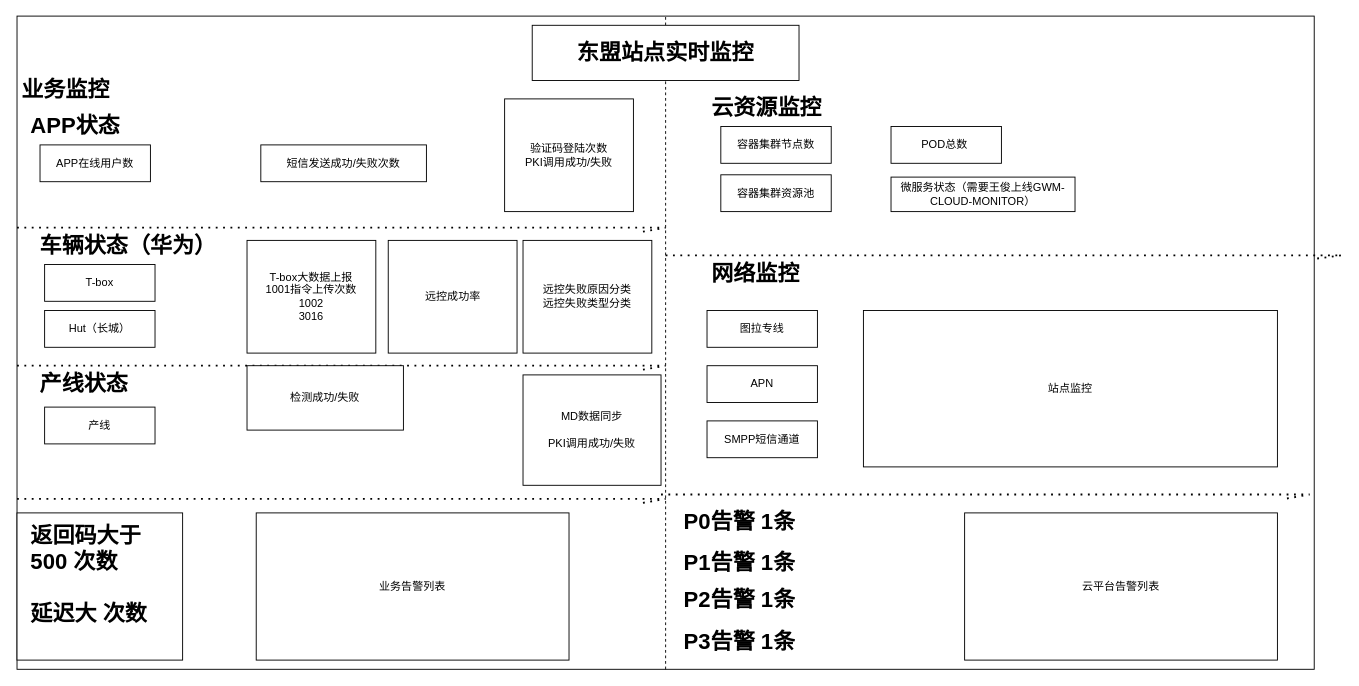
463024907/zabbix-report keeps this draw.io diagram as 东盟dlv .drawio. Above is the earlier version. Source tidied: cells renumbered, new cells numbered last; positions are measured from the earlier drawing's top-left corner, leaving out a move shared by most shapes. Both pictures are drawn from the tidied source at 92%, with x=0, y=0 at pixel (17, 16).
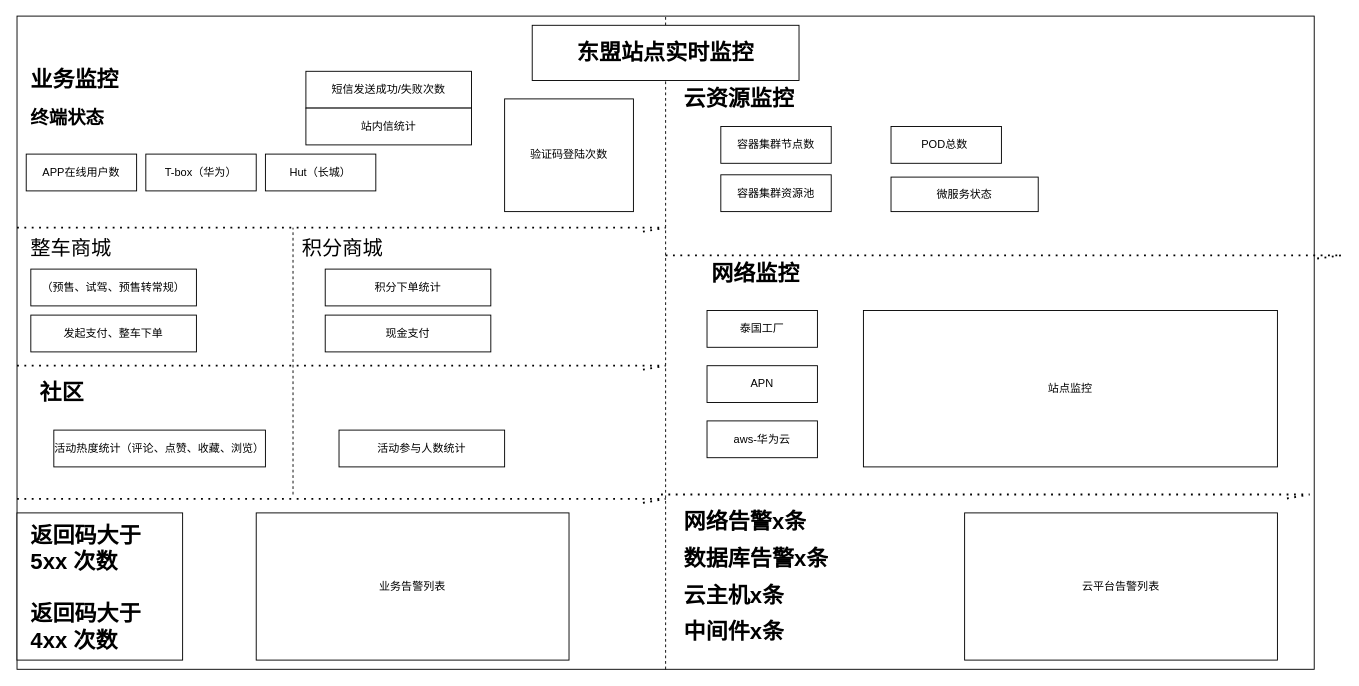
After the change.

What changed in the source:
```diff
@@
     <mxCell id="4" value="&lt;h1&gt;云资源监控&lt;/h1&gt;" style="text;html=1;strokeColor=none;fillColor=none;spacing=5;spacingTop=-20;whiteSpace=wrap;overflow=hidden;rounded=0;" parent="1" vertex="1">
-      <mxGeometry x="750" y="80" width="150" height="50" as="geometry" />
+      <mxGeometry x="720" y="70" width="150" height="50" as="geometry" />
     </mxCell>
@@
     <mxCell id="7" value="&lt;h1&gt;业务监控&lt;/h1&gt;" style="text;html=1;strokeColor=none;fillColor=none;spacing=5;spacingTop=-20;whiteSpace=wrap;overflow=hidden;rounded=0;" parent="1" vertex="1">
-      <mxGeometry y="60" width="150" height="50" as="geometry" />
+      <mxGeometry x="10" y="50" width="150" height="50" as="geometry" />
     </mxCell>
@@
     <mxCell id="9" value="Hut（长城）" style="rounded=0;whiteSpace=wrap;html=1;" parent="1" vertex="1">
-      <mxGeometry x="30" y="320" width="120" height="40" as="geometry" />
+      <mxGeometry x="270" y="150" width="120" height="40" as="geometry" />
     </mxCell>
     <mxCell id="10" value="APP在线用户数" style="rounded=0;whiteSpace=wrap;html=1;" parent="1" vertex="1">
-      <mxGeometry x="25" y="140" width="120" height="40" as="geometry" />
+      <mxGeometry x="10" y="150" width="120" height="40" as="geometry" />
     </mxCell>
-    <mxCell id="11" value="产线" style="rounded=0;whiteSpace=wrap;html=1;" parent="1" vertex="1">
-      <mxGeometry x="30" y="425" width="120" height="40" as="geometry" />
-    </mxCell>
-    <mxCell id="12" value="图拉专线" style="rounded=0;whiteSpace=wrap;html=1;" parent="1" vertex="1">
+    <mxCell id="12" value="泰国工厂" style="rounded=0;whiteSpace=wrap;html=1;" parent="1" vertex="1">
       <mxGeometry x="750" y="320" width="120" height="40" as="geometry" />
     </mxCell>
@@
-    <mxCell id="16" value="SMPP短信通道" style="rounded=0;whiteSpace=wrap;html=1;" parent="1" vertex="1">
+    <mxCell id="16" value="aws-华为云" style="rounded=0;whiteSpace=wrap;html=1;" parent="1" vertex="1">
       <mxGeometry x="750" y="440" width="120" height="40" as="geometry" />
     </mxCell>
@@
-    <mxCell id="19" value="&lt;h1&gt;返回码大于500 次数&lt;/h1&gt;" style="text;html=1;strokeColor=none;fillColor=none;spacing=5;spacingTop=-20;whiteSpace=wrap;overflow=hidden;rounded=0;" parent="1" vertex="1">
+    <mxCell id="19" value="&lt;h1&gt;返回码大于5xx 次数&lt;/h1&gt;" style="text;html=1;strokeColor=none;fillColor=none;spacing=5;spacingTop=-20;whiteSpace=wrap;overflow=hidden;rounded=0;" parent="1" vertex="1">
       <mxGeometry x="10" y="544.5" width="150" height="65.5" as="geometry" />
     </mxCell>
-    <mxCell id="20" value="&lt;h1&gt;延迟大 次数&lt;/h1&gt;" style="text;html=1;strokeColor=none;fillColor=none;spacing=5;spacingTop=-20;whiteSpace=wrap;overflow=hidden;rounded=0;" parent="1" vertex="1">
+    <mxCell id="20" value="&lt;h1&gt;返回码大于4xx 次数&lt;/h1&gt;" style="text;html=1;strokeColor=none;fillColor=none;spacing=5;spacingTop=-20;whiteSpace=wrap;overflow=hidden;rounded=0;" parent="1" vertex="1">
       <mxGeometry x="10" y="630" width="150" height="60" as="geometry" />
     </mxCell>
@@
-    <mxCell id="22" value="&lt;h1&gt;车辆状态（华为）&lt;/h1&gt;" style="text;html=1;strokeColor=none;fillColor=none;spacing=5;spacingTop=-20;whiteSpace=wrap;overflow=hidden;rounded=0;" parent="1" vertex="1">
-      <mxGeometry x="20" y="230" width="210" height="50" as="geometry" />
+    <mxCell id="22" value="&lt;h1&gt;社区&lt;/h1&gt;" style="text;html=1;strokeColor=none;fillColor=none;spacing=5;spacingTop=-20;whiteSpace=wrap;overflow=hidden;rounded=0;" parent="1" vertex="1">
+      <mxGeometry x="20" y="390" width="210" height="50" as="geometry" />
     </mxCell>
@@
-    <mxCell id="26" value="&lt;h1&gt;P0告警 1条&lt;/h1&gt;" style="text;html=1;strokeColor=none;fillColor=none;spacing=5;spacingTop=-20;whiteSpace=wrap;overflow=hidden;rounded=0;" parent="1" vertex="1">
+    <mxCell id="26" value="&lt;h1&gt;网络告警x条&lt;/h1&gt;" style="text;html=1;strokeColor=none;fillColor=none;spacing=5;spacingTop=-20;whiteSpace=wrap;overflow=hidden;rounded=0;" parent="1" vertex="1">
       <mxGeometry x="720" y="530" width="290" height="40" as="geometry" />
     </mxCell>
-    <mxCell id="27" value="&lt;h1&gt;P1告警 1条&lt;/h1&gt;" style="text;html=1;strokeColor=none;fillColor=none;spacing=5;spacingTop=-20;whiteSpace=wrap;overflow=hidden;rounded=0;" parent="1" vertex="1">
-      <mxGeometry x="720" y="575" width="290" height="40" as="geometry" />
+    <mxCell id="27" value="&lt;h1&gt;数据库告警x条&lt;/h1&gt;" style="text;html=1;strokeColor=none;fillColor=none;spacing=5;spacingTop=-20;whiteSpace=wrap;overflow=hidden;rounded=0;" parent="1" vertex="1">
+      <mxGeometry x="720" y="570" width="290" height="40" as="geometry" />
     </mxCell>
-    <mxCell id="28" value="&lt;h1&gt;P2告警 1条&lt;/h1&gt;" style="text;html=1;strokeColor=none;fillColor=none;spacing=5;spacingTop=-20;whiteSpace=wrap;overflow=hidden;rounded=0;" parent="1" vertex="1">
-      <mxGeometry x="720" y="615" width="290" height="40" as="geometry" />
+    <mxCell id="28" value="&lt;h1&gt;云主机x条&lt;/h1&gt;" style="text;html=1;strokeColor=none;fillColor=none;spacing=5;spacingTop=-20;whiteSpace=wrap;overflow=hidden;rounded=0;" parent="1" vertex="1">
+      <mxGeometry x="720" y="610" width="290" height="40" as="geometry" />
     </mxCell>
-    <mxCell id="29" value="&lt;h1&gt;P3告警 1条&lt;/h1&gt;" style="text;html=1;strokeColor=none;fillColor=none;spacing=5;spacingTop=-20;whiteSpace=wrap;overflow=hidden;rounded=0;" parent="1" vertex="1">
-      <mxGeometry x="720" y="660" width="290" height="40" as="geometry" />
-    </mxCell>
@@
-    <mxCell id="31" value="T-box大数据上报&lt;br&gt;1001指令上传次数&lt;br&gt;1002&lt;br&gt;3016" style="rounded=0;whiteSpace=wrap;html=1;" parent="1" vertex="1">
-      <mxGeometry x="250" y="243.8" width="140" height="122.5" as="geometry" />
-    </mxCell>
-    <mxCell id="32" value="验证码登陆次数&lt;br&gt;PKI调用成功/失败" style="rounded=0;whiteSpace=wrap;html=1;" parent="1" vertex="1">
+    <mxCell id="32" value="验证码登陆次数&lt;br&gt;" style="rounded=0;whiteSpace=wrap;html=1;" parent="1" vertex="1">
       <mxGeometry x="530" y="90" width="140" height="122.5" as="geometry" />
     </mxCell>
-    <mxCell id="33" value="远控成功率" style="rounded=0;whiteSpace=wrap;html=1;" parent="1" vertex="1">
-      <mxGeometry x="403.5" y="243.8" width="140" height="122.5" as="geometry" />
-    </mxCell>
-    <mxCell id="34" value="远控失败原因分类&lt;br&gt;远控失败类型分类" style="rounded=0;whiteSpace=wrap;html=1;" parent="1" vertex="1">
-      <mxGeometry x="550" y="243.8" width="140" height="122.5" as="geometry" />
-    </mxCell>
@@
-    <mxCell id="36" value="微服务状态（需要王俊上线GWM-CLOUD-MONITOR）" style="rounded=0;whiteSpace=wrap;html=1;" parent="1" vertex="1">
-      <mxGeometry x="950" y="175" width="200" height="37.5" as="geometry" />
+    <mxCell id="36" value="微服务状态" style="rounded=0;whiteSpace=wrap;html=1;" parent="1" vertex="1">
+      <mxGeometry x="950" y="175" width="160" height="37.5" as="geometry" />
     </mxCell>
-    <mxCell id="37" value="MD数据同步&lt;br&gt;&lt;br&gt;PKI调用成功/失败" style="rounded=0;whiteSpace=wrap;html=1;" parent="1" vertex="1">
-      <mxGeometry x="550" y="390" width="150" height="120" as="geometry" />
-    </mxCell>
-    <mxCell id="38" value="检测成功/失败" style="rounded=0;whiteSpace=wrap;html=1;" parent="1" vertex="1">
-      <mxGeometry x="250" y="380" width="170" height="70" as="geometry" />
-    </mxCell>
@@
     <mxCell id="40" value="短信发送成功/失败次数" style="rounded=0;whiteSpace=wrap;html=1;" parent="1" vertex="1">
-      <mxGeometry x="265" y="140" width="180" height="40" as="geometry" />
+      <mxGeometry x="314" y="60" width="180" height="40" as="geometry" />
     </mxCell>
-    <mxCell id="41" value="&lt;h1&gt;APP状态&lt;/h1&gt;" style="text;html=1;strokeColor=none;fillColor=none;spacing=5;spacingTop=-20;whiteSpace=wrap;overflow=hidden;rounded=0;" parent="1" vertex="1">
-      <mxGeometry x="10" y="100" width="150" height="50" as="geometry" />
+    <mxCell id="41" value="&lt;h1&gt;&lt;font style=&quot;font-size: 20px&quot;&gt;终端状态&lt;/font&gt;&lt;/h1&gt;" style="text;html=1;strokeColor=none;fillColor=none;spacing=5;spacingTop=-20;whiteSpace=wrap;overflow=hidden;rounded=0;" parent="1" vertex="1">
+      <mxGeometry x="10" y="90" width="150" height="50" as="geometry" />
     </mxCell>
-    <mxCell id="42" value="&lt;h1&gt;产线状态&lt;/h1&gt;" style="text;html=1;strokeColor=none;fillColor=none;spacing=5;spacingTop=-20;whiteSpace=wrap;overflow=hidden;rounded=0;" parent="1" vertex="1">
-      <mxGeometry x="20" y="380" width="210" height="50" as="geometry" />
-    </mxCell>
@@
-    <mxCell id="45" value="T-box" style="rounded=0;whiteSpace=wrap;html=1;" parent="1" vertex="1">
-      <mxGeometry x="30" y="270" width="120" height="40" as="geometry" />
+    <mxCell id="45" value="T-box（华为）" style="rounded=0;whiteSpace=wrap;html=1;" parent="1" vertex="1">
+      <mxGeometry x="140" y="150" width="120" height="40" as="geometry" />
     </mxCell>
+    <mxCell id="46" value="活动热度统计（评论、点赞、收藏、浏览）" style="rounded=0;whiteSpace=wrap;html=1;" parent="1" vertex="1">
+      <mxGeometry x="40" y="450" width="230" height="40" as="geometry" />
+    </mxCell>
+    <mxCell id="47" value="活动参与人数统计" style="rounded=0;whiteSpace=wrap;html=1;" parent="1" vertex="1">
+      <mxGeometry x="350" y="450" width="180" height="40" as="geometry" />
+    </mxCell>
+    <mxCell id="48" value="（预售、试驾、预售转常规）" style="rounded=0;whiteSpace=wrap;html=1;" parent="1" vertex="1">
+      <mxGeometry x="15" y="275" width="180" height="40" as="geometry" />
+    </mxCell>
+    <mxCell id="49" value="发起支付、整车下单" style="rounded=0;whiteSpace=wrap;html=1;" parent="1" vertex="1">
+      <mxGeometry x="15" y="325" width="180" height="40" as="geometry" />
+    </mxCell>
+    <mxCell id="50" value="&lt;h1&gt;&lt;font style=&quot;font-size: 22px ; font-weight: normal&quot;&gt;整车商城&lt;/font&gt;&lt;/h1&gt;" style="text;html=1;strokeColor=none;fillColor=none;spacing=5;spacingTop=-20;whiteSpace=wrap;overflow=hidden;rounded=0;fontSize=20;" parent="1" vertex="1">
+      <mxGeometry x="10" y="205" width="170" height="60" as="geometry" />
+    </mxCell>
+    <mxCell id="51" value="&lt;h1&gt;&lt;font style=&quot;font-size: 22px ; font-weight: normal&quot;&gt;积分商城&lt;/font&gt;&lt;/h1&gt;" style="text;html=1;strokeColor=none;fillColor=none;spacing=5;spacingTop=-20;whiteSpace=wrap;overflow=hidden;rounded=0;fontSize=20;" parent="1" vertex="1">
+      <mxGeometry x="305" y="205" width="170" height="60" as="geometry" />
+    </mxCell>
+    <mxCell id="52" style="endArrow=none;dashed=1;html=1;rounded=0;" parent="1" edge="1">
+      <mxGeometry relative="1" as="geometry">
+        <mxPoint x="300" y="520" as="sourcePoint" />
+        <mxPoint x="300" y="230" as="targetPoint" />
+        <Array as="points">
+          <mxPoint x="300" y="310" />
+        </Array>
+      </mxGeometry>
+    </mxCell>
+    <mxCell id="53" value="积分下单统计" style="rounded=0;whiteSpace=wrap;html=1;" parent="1" vertex="1">
+      <mxGeometry x="335" y="275" width="180" height="40" as="geometry" />
+    </mxCell>
+    <mxCell id="54" value="现金支付" style="rounded=0;whiteSpace=wrap;html=1;" parent="1" vertex="1">
+      <mxGeometry x="335" y="325" width="180" height="40" as="geometry" />
+    </mxCell>
+    <mxCell id="55" value="站内信统计" style="rounded=0;whiteSpace=wrap;html=1;" parent="1" vertex="1">
+      <mxGeometry x="314" y="100" width="180" height="40" as="geometry" />
+    </mxCell>
+    <mxCell id="56" value="&lt;h1&gt;中间件x条&lt;/h1&gt;" style="text;html=1;strokeColor=none;fillColor=none;spacing=5;spacingTop=-20;whiteSpace=wrap;overflow=hidden;rounded=0;" parent="1" vertex="1">
+      <mxGeometry x="720" y="650" width="290" height="40" as="geometry" />
+    </mxCell>
```
